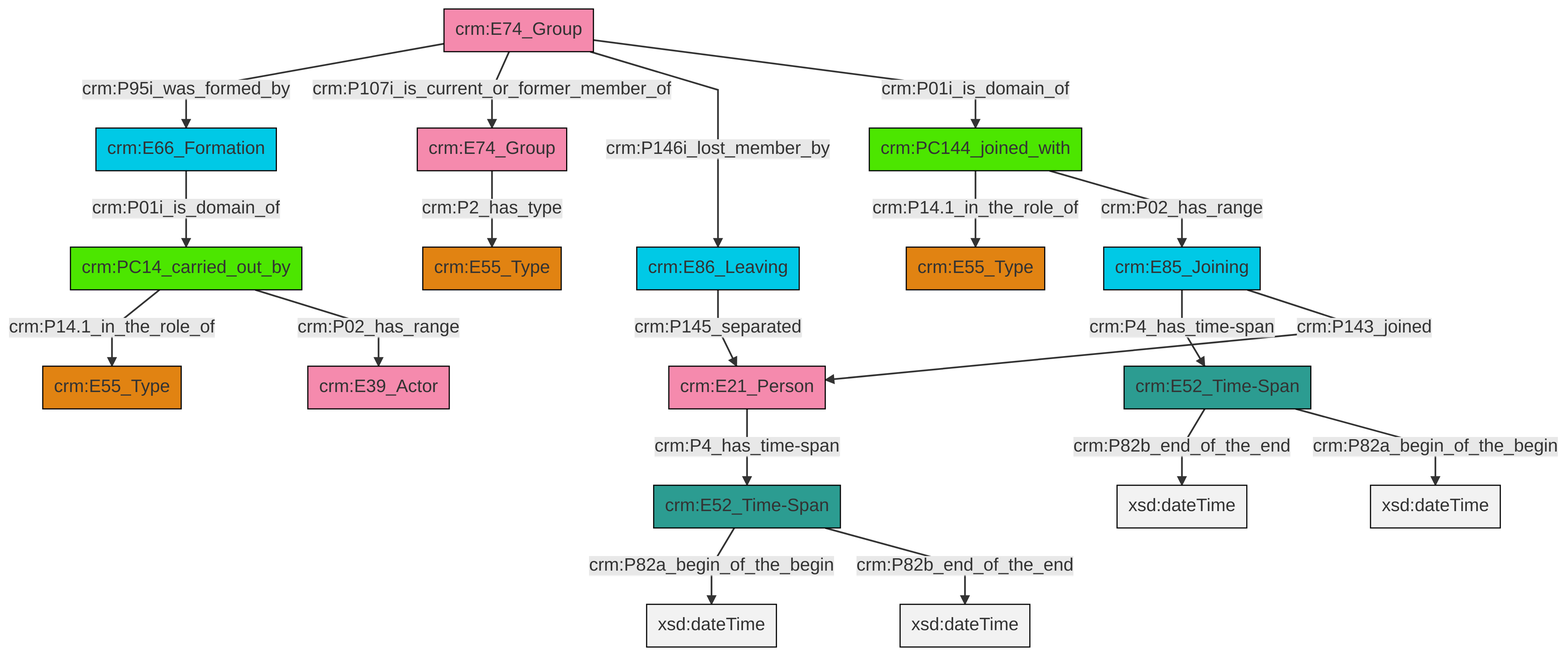
Before: et/groupCSV/ttl/mmd/png/group_actor_relations.png, a diagram exported from Mermaid (swiss-art-research-net/reference-data-models). Its source is kept beside it as et/groupCSV/ttl/mmd/group_actor_relations.ttl.mmd.
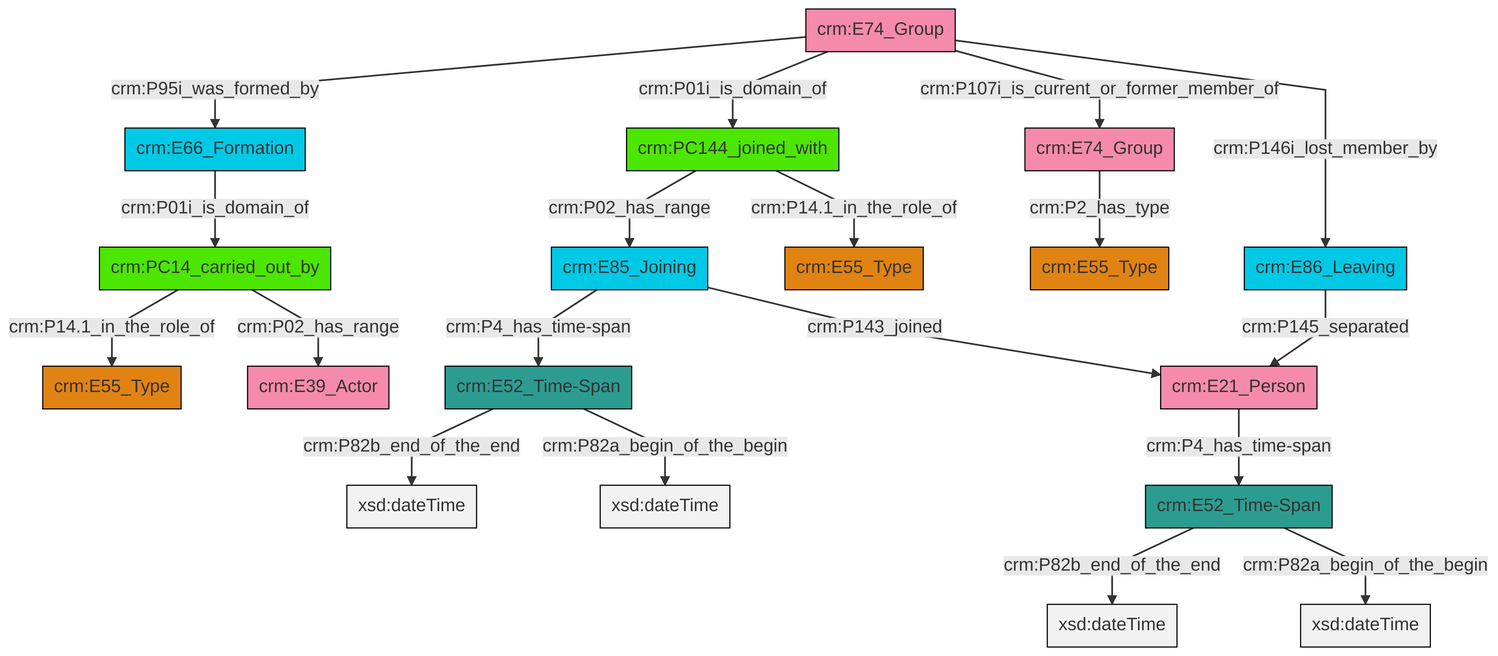
Above is the later version.

Change to the diagram source:
```diff
@@ -13,21 +13,21 @@
 classDef PC_Classes fill:#4ce600, stroke:#000000;
 classDef Multi fill:#cccccc,stroke:#000000;
 
-0["crm:PC14_carried_out_by"]:::PC_Classes -->|crm:P14.1_in_the_role_of| 1["crm:E55_Type"]:::Type
-2["crm:PC144_joined_with"]:::PC_Classes -->|crm:P14.1_in_the_role_of| 3["crm:E55_Type"]:::Type
-2["crm:PC144_joined_with"]:::PC_Classes -->|crm:P02_has_range| 4["crm:E85_Joining"]:::Temporal_Entity
-6["crm:E74_Group"]:::Actor -->|crm:P2_has_type| 7["crm:E55_Type"]:::Type
-8["crm:E74_Group"]:::Actor -->|crm:P95i_was_formed_by| 9["crm:E66_Formation"]:::Temporal_Entity
-8["crm:E74_Group"]:::Actor -->|crm:P107i_is_current_or_former_member_of| 6["crm:E74_Group"]:::Actor
-8["crm:E74_Group"]:::Actor -->|crm:P146i_lost_member_by| 16["crm:E86_Leaving"]:::Temporal_Entity
-4["crm:E85_Joining"]:::Temporal_Entity -->|crm:P4_has_time-span| 14["crm:E52_Time-Span"]:::Time-Span
-8["crm:E74_Group"]:::Actor -->|crm:P01i_is_domain_of| 2["crm:PC144_joined_with"]:::PC_Classes
-0["crm:PC14_carried_out_by"]:::PC_Classes -->|crm:P02_has_range| 22["crm:E39_Actor"]:::Actor
-9["crm:E66_Formation"]:::Temporal_Entity -->|crm:P01i_is_domain_of| 0["crm:PC14_carried_out_by"]:::PC_Classes
-14["crm:E52_Time-Span"]:::Time-Span -->|crm:P82b_end_of_the_end| 29[xsd:dateTime]:::Literal
-18["crm:E52_Time-Span"]:::Time-Span -->|crm:P82a_begin_of_the_begin| 30[xsd:dateTime]:::Literal
-4["crm:E85_Joining"]:::Temporal_Entity -->|crm:P143_joined| 12["crm:E21_Person"]:::Actor
-16["crm:E86_Leaving"]:::Temporal_Entity -->|crm:P145_separated| 12["crm:E21_Person"]:::Actor
-14["crm:E52_Time-Span"]:::Time-Span -->|crm:P82a_begin_of_the_begin| 32[xsd:dateTime]:::Literal
-18["crm:E52_Time-Span"]:::Time-Span -->|crm:P82b_end_of_the_end| 33[xsd:dateTime]:::Literal
-12["crm:E21_Person"]:::Actor -->|crm:P4_has_time-span| 18["crm:E52_Time-Span"]:::Time-Span
+0["crm:E85_Joining"]:::Temporal_Entity -->|crm:P4_has_time-span| 1["crm:E52_Time-Span"]:::Time-Span
+2["crm:E74_Group"]:::Actor -->|crm:P95i_was_formed_by| 3["crm:E66_Formation"]:::Temporal_Entity
+6["crm:E74_Group"]:::Actor -->|crm:P2_has_type| 4["crm:E55_Type"]:::Type
+7["crm:E52_Time-Span"]:::Time-Span -->|crm:P82b_end_of_the_end| 8[xsd:dateTime]:::Literal
+1["crm:E52_Time-Span"]:::Time-Span -->|crm:P82b_end_of_the_end| 10[xsd:dateTime]:::Literal
+2["crm:E74_Group"]:::Actor -->|crm:P01i_is_domain_of| 11["crm:PC144_joined_with"]:::PC_Classes
+17["crm:E21_Person"]:::Actor -->|crm:P4_has_time-span| 7["crm:E52_Time-Span"]:::Time-Span
+18["crm:PC14_carried_out_by"]:::PC_Classes -->|crm:P14.1_in_the_role_of| 13["crm:E55_Type"]:::Type
+18["crm:PC14_carried_out_by"]:::PC_Classes -->|crm:P02_has_range| 21["crm:E39_Actor"]:::Actor
+11["crm:PC144_joined_with"]:::PC_Classes -->|crm:P02_has_range| 0["crm:E85_Joining"]:::Temporal_Entity
+3["crm:E66_Formation"]:::Temporal_Entity -->|crm:P01i_is_domain_of| 18["crm:PC14_carried_out_by"]:::PC_Classes
+1["crm:E52_Time-Span"]:::Time-Span -->|crm:P82a_begin_of_the_begin| 26[xsd:dateTime]:::Literal
+7["crm:E52_Time-Span"]:::Time-Span -->|crm:P82a_begin_of_the_begin| 27[xsd:dateTime]:::Literal
+11["crm:PC144_joined_with"]:::PC_Classes -->|crm:P14.1_in_the_role_of| 15["crm:E55_Type"]:::Type
+31["crm:E86_Leaving"]:::Temporal_Entity -->|crm:P145_separated| 17["crm:E21_Person"]:::Actor
+2["crm:E74_Group"]:::Actor -->|crm:P107i_is_current_or_former_member_of| 6["crm:E74_Group"]:::Actor
+2["crm:E74_Group"]:::Actor -->|crm:P146i_lost_member_by| 31["crm:E86_Leaving"]:::Temporal_Entity
+0["crm:E85_Joining"]:::Temporal_Entity -->|crm:P143_joined| 17["crm:E21_Person"]:::Actor
```
